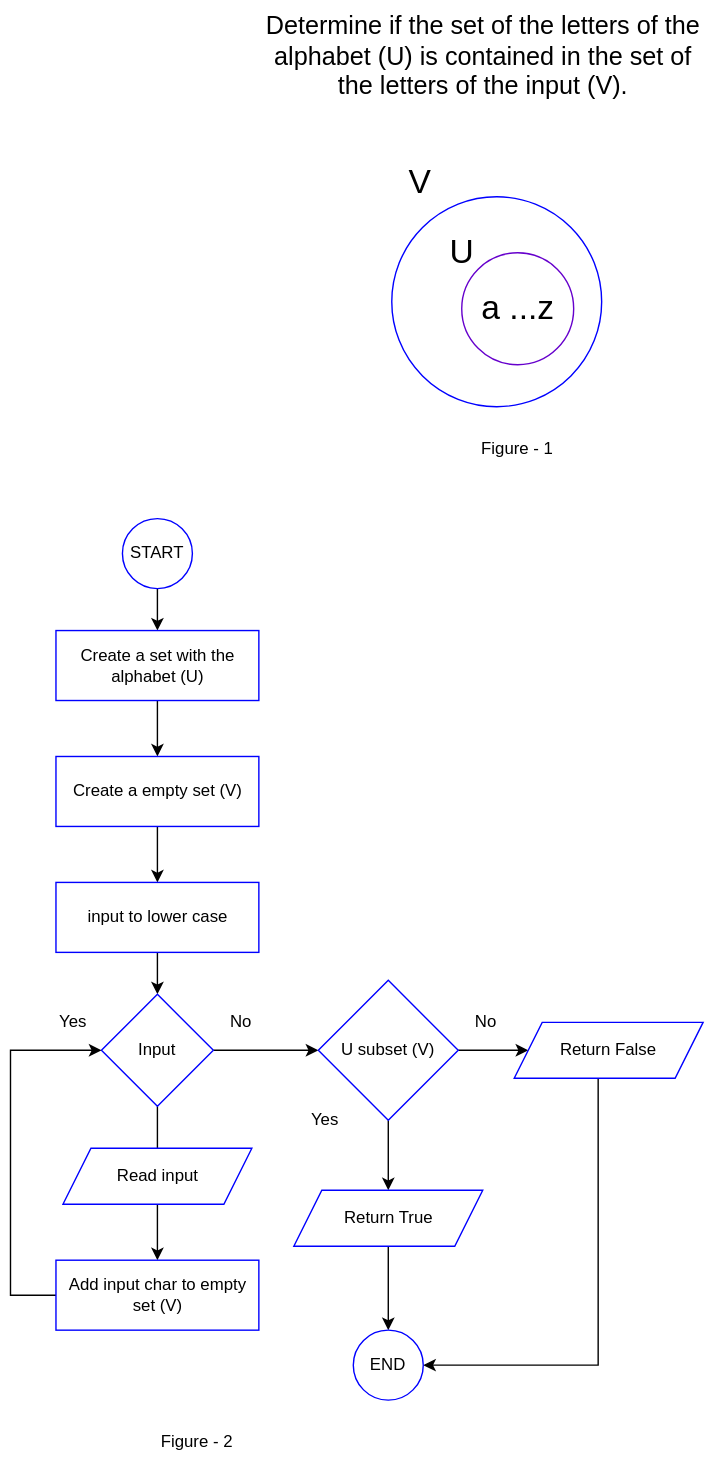
The draw.io diagram img/pan/pangram.svg in jaminyah/drawio, before a commit. Source tidied: cells renumbered, new cells last; positions are measured from the earlier drawing's top-left corner, leaving out a move shared by most shapes.
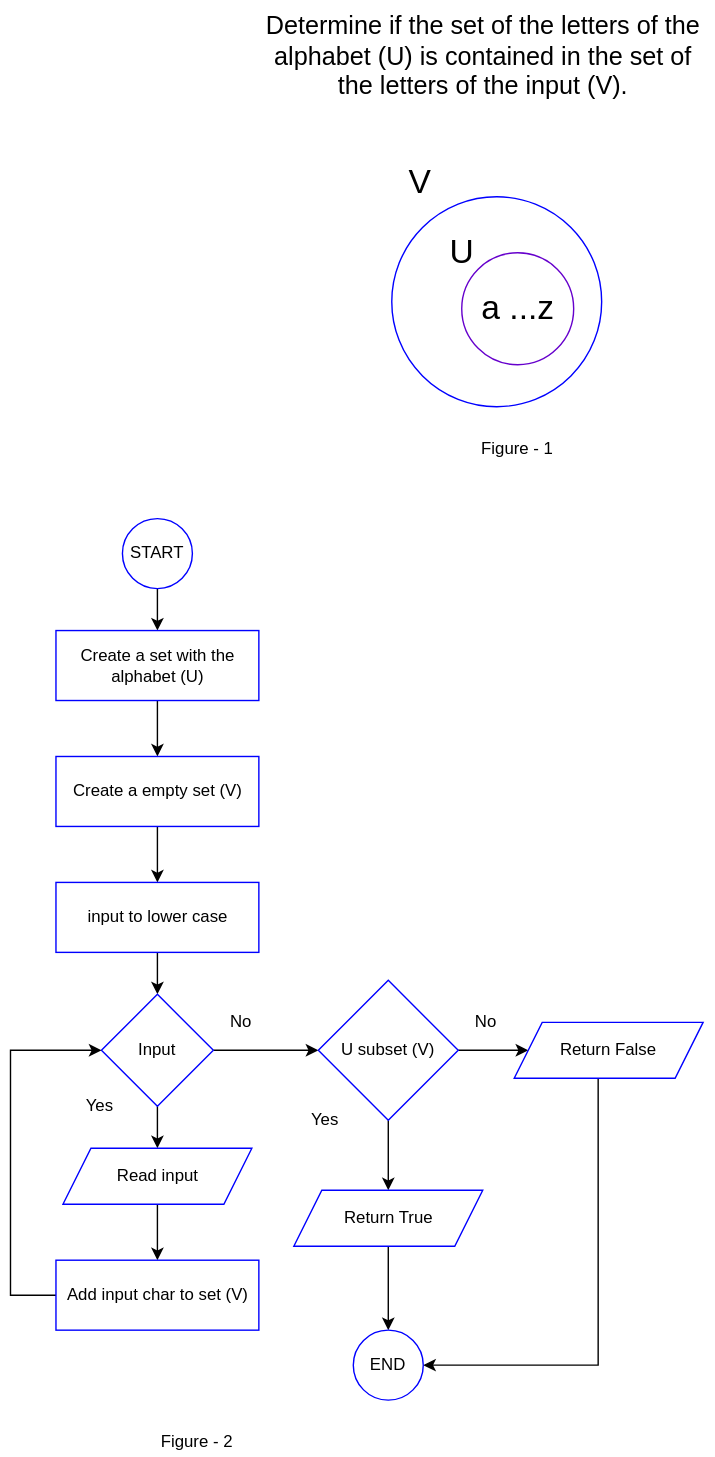
After the commit.

Commit message:
Correct misplaced text. Refactor text content

Diff of the diagram source:
```diff
@@ -31,15 +31,18 @@
     <mxCell id="10" value="input to lower case" style="rounded=0;whiteSpace=wrap;html=1;strokeColor=#0000FF;" parent="1" vertex="1">
       <mxGeometry x="32.5" y="630" width="145" height="50" as="geometry" />
     </mxCell>
-    <mxCell id="11" style="edgeStyle=orthogonalEdgeStyle;rounded=0;jettySize=auto;html=1;" parent="1" edge="1" source="13" target="16">
-      <mxGeometry relative="1" as="geometry" />
-    </mxCell>
     <mxCell id="12" style="edgeStyle=orthogonalEdgeStyle;rounded=0;jettySize=auto;html=1;" parent="1" edge="1" source="13" target="21">
       <mxGeometry relative="1" as="geometry" />
     </mxCell>
+    <mxCell id="35" style="edgeStyle=orthogonalEdgeStyle;rounded=0;jettySize=auto;html=1;entryX=0.5;entryY=0;entryDx=0;entryDy=0;" parent="1" edge="1" source="13" target="14">
+      <mxGeometry relative="1" as="geometry" />
+    </mxCell>
     <mxCell id="13" value="Input" style="rhombus;whiteSpace=wrap;html=1;strokeColor=#0000FF;" parent="1" vertex="1">
       <mxGeometry x="65" y="710" width="80" height="80" as="geometry" />
     </mxCell>
+    <mxCell id="36" style="edgeStyle=orthogonalEdgeStyle;rounded=0;jettySize=auto;html=1;" parent="1" edge="1" source="14" target="16">
+      <mxGeometry relative="1" as="geometry" />
+    </mxCell>
     <mxCell id="14" value="Read input" style="shape=parallelogram;perimeter=parallelogramPerimeter;whiteSpace=wrap;html=1;fixedSize=1;strokeColor=#0000FF;" parent="1" vertex="1">
       <mxGeometry x="37.5" y="820" width="135" height="40" as="geometry" />
     </mxCell>
@@ -51,11 +54,11 @@
         </Array>
       </mxGeometry>
     </mxCell>
-    <mxCell id="16" value="Add input char to empty set (V)" style="rounded=0;whiteSpace=wrap;html=1;strokeColor=#0000FF;" parent="1" vertex="1">
+    <mxCell id="16" value="Add input char to set (V)" style="rounded=0;whiteSpace=wrap;html=1;strokeColor=#0000FF;" parent="1" vertex="1">
       <mxGeometry x="32.5" y="900" width="145" height="50" as="geometry" />
     </mxCell>
     <mxCell id="17" value="Yes" style="text;html=1;strokeColor=none;fillColor=none;align=center;verticalAlign=middle;whiteSpace=wrap;rounded=0;" parent="1" vertex="1">
-      <mxGeometry x="25" y="720" width="40" height="20" as="geometry" />
+      <mxGeometry x="44" y="780" width="40" height="20" as="geometry" />
     </mxCell>
     <mxCell id="18" value="No&lt;br&gt;" style="text;html=1;strokeColor=none;fillColor=none;align=center;verticalAlign=middle;whiteSpace=wrap;rounded=0;rotation=0;" parent="1" vertex="1">
       <mxGeometry x="145" y="720" width="40" height="20" as="geometry" />
```
